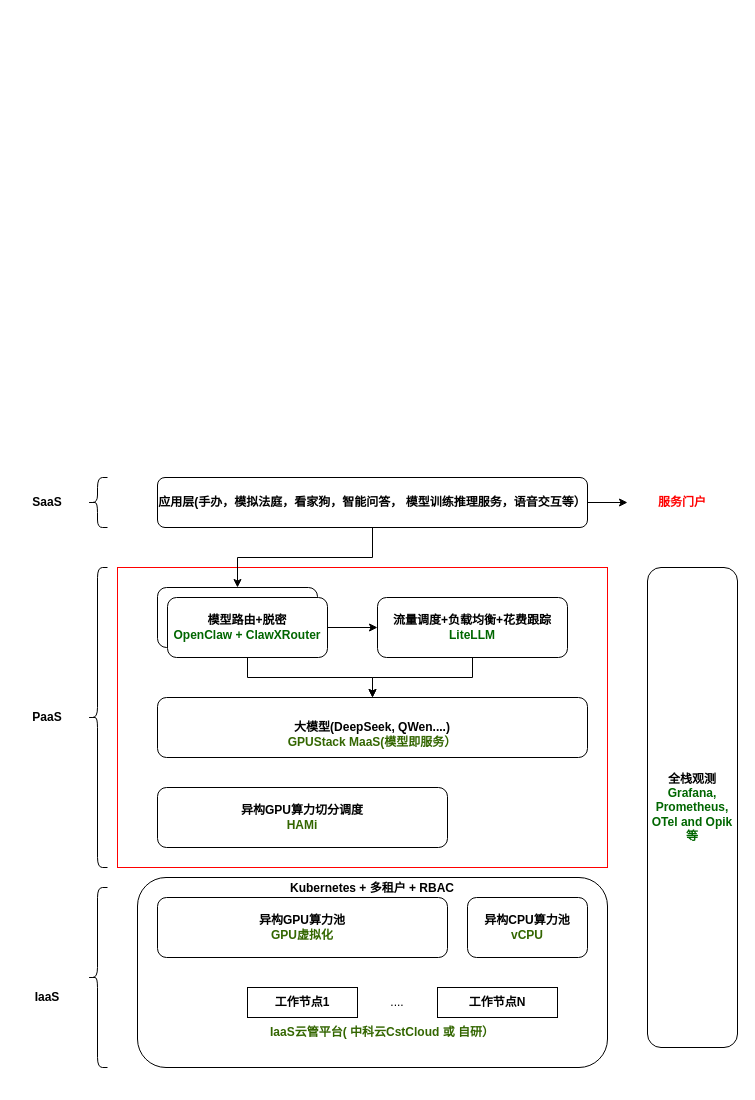
Before: starbrain.drawio in wlijian-max/digrams, a draw.io diagram. Source tidied: cells renumbered, new cells numbered last; positions are measured from the earlier drawing's top-left corner, leaving out a move shared by most shapes. Both pictures are drawn from the tidied source at 100%, with x=0, y=0 at pixel (17, 477).
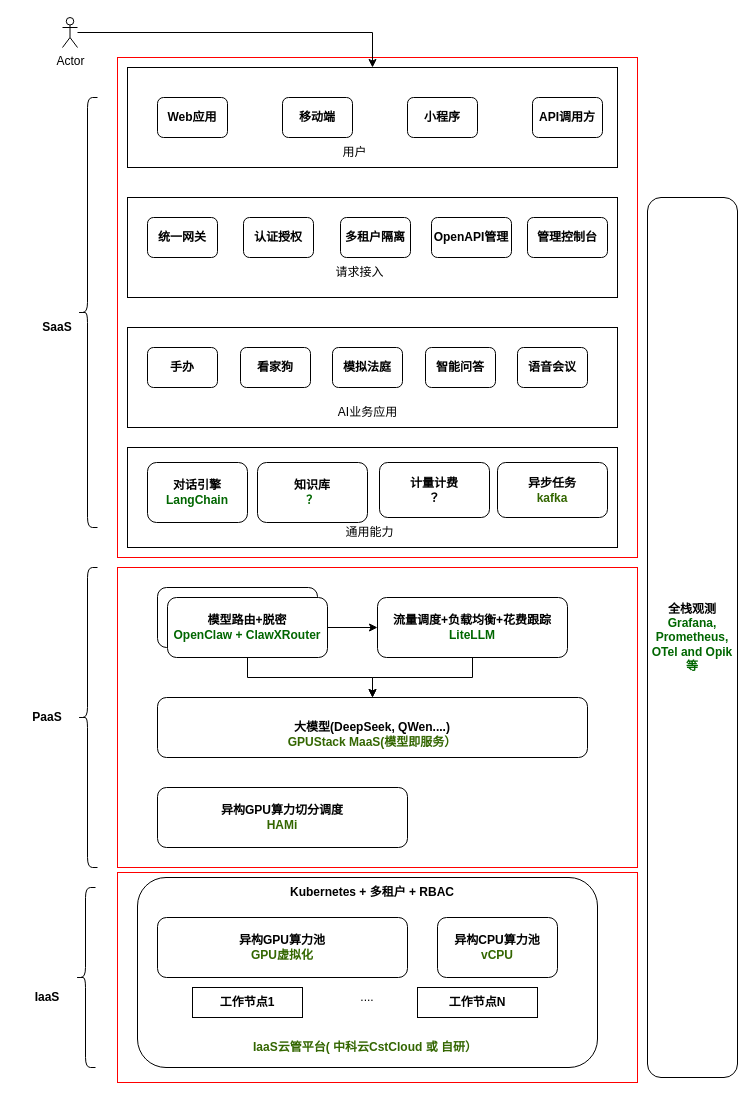
The same page after the edit.

Commit message:
enhanced saas

The change refers to these unchanged cells:
```xml
<mxCell id="10" value="OpenClaw + ClawXRouter" style="rounded=1;whiteSpace=wrap;html=1;" parent="1" vertex="1">
  <mxGeometry x="140" y="110" width="160" height="60" as="geometry" />
</mxCell>
```

Change to the diagram source:
```diff
@@
+    <mxCell id="30" style="rounded=0;whiteSpace=wrap;html=1;strokeColor=#FF0000;" parent="1" vertex="1">
+      <mxGeometry x="100" y="-420" width="520" height="500" as="geometry" />
+    </mxCell>
+    <mxCell id="31" style="rounded=0;whiteSpace=wrap;html=1;strokeColor=#FF0000;" parent="1" vertex="1">
+      <mxGeometry x="100" y="395" width="520" height="210" as="geometry" />
+    </mxCell>
+    <mxCell id="32" style="rounded=0;whiteSpace=wrap;html=1;" parent="1" vertex="1">
+      <mxGeometry x="110" y="-30" width="490" height="100" as="geometry" />
+    </mxCell>
     <mxCell id="2" style="rounded=0;whiteSpace=wrap;html=1;strokeColor=#FF0000;" parent="1" vertex="1">
-      <mxGeometry x="100" y="90" width="490" height="300" as="geometry" />
+      <mxGeometry x="100" y="90" width="520" height="300" as="geometry" />
     </mxCell>
     <mxCell id="3" style="rounded=1;whiteSpace=wrap;html=1;" parent="1" vertex="1">
-      <mxGeometry x="120" y="400" width="470" height="190" as="geometry" />
+      <mxGeometry x="120" y="400" width="460" height="190" as="geometry" />
     </mxCell>
     <mxCell id="4" value="&lt;b&gt;异构GPU算力池&lt;/b&gt;&lt;div&gt;&lt;b&gt;&lt;font style=&quot;color: rgb(51, 102, 0);&quot;&gt;GPU虚拟化&lt;/font&gt;&lt;/b&gt;&lt;/div&gt;" style="rounded=1;whiteSpace=wrap;html=1;" parent="1" vertex="1">
-      <mxGeometry x="140" y="420" width="290" height="60" as="geometry" />
+      <mxGeometry x="140" y="440" width="250" height="60" as="geometry" />
     </mxCell>
     <mxCell id="5" value="&lt;b&gt;异构GPU算力切分调度&lt;/b&gt;&lt;div&gt;&lt;b&gt;&lt;font style=&quot;color: rgb(51, 102, 0);&quot;&gt;HAMi&lt;/font&gt;&lt;/b&gt;&lt;/div&gt;" style="rounded=1;whiteSpace=wrap;html=1;" parent="1" vertex="1">
-      <mxGeometry x="140" y="310" width="290" height="60" as="geometry" />
+      <mxGeometry x="140" y="310" width="250" height="60" as="geometry" />
     </mxCell>
@@
     <mxCell id="7" value="&lt;b&gt;工作节点1&lt;/b&gt;" style="rounded=0;whiteSpace=wrap;html=1;" parent="1" vertex="1">
-      <mxGeometry x="230" y="510" width="110" height="30" as="geometry" />
+      <mxGeometry x="175" y="510" width="110" height="30" as="geometry" />
     </mxCell>
     <mxCell id="8" value="&lt;b&gt;工作节点N&lt;/b&gt;" style="rounded=0;whiteSpace=wrap;html=1;" parent="1" vertex="1">
-      <mxGeometry x="420" y="510" width="120" height="30" as="geometry" />
+      <mxGeometry x="400" y="510" width="120" height="30" as="geometry" />
     </mxCell>
     <mxCell id="9" value="&lt;b&gt;全栈观测&lt;/b&gt;&lt;font style=&quot;color: rgb(0, 102, 0);&quot;&gt;&lt;b&gt;Grafana, Prometheus, OTel and Opik等&lt;/b&gt;&lt;/font&gt;" style="rounded=1;whiteSpace=wrap;html=1;" parent="1" vertex="1">
-      <mxGeometry x="630" y="90" width="90" height="480" as="geometry" />
+      <mxGeometry x="630" y="-280" width="90" height="880" as="geometry" />
     </mxCell>
@@
-    <mxCell id="11" style="edgeStyle=orthogonalEdgeStyle;rounded=0;jettySize=auto;html=1;entryX=0.5;entryY=0;entryDx=0;entryDy=0;" parent="1" edge="1" source="13" target="10">
-      <mxGeometry relative="1" as="geometry">
-        <Array as="points">
-          <mxPoint x="355" y="80" />
-          <mxPoint x="220" y="80" />
-        </Array>
-      </mxGeometry>
-    </mxCell>
-    <mxCell id="12" style="edgeStyle=orthogonalEdgeStyle;rounded=0;jettySize=auto;html=1;" parent="1" edge="1" source="13" target="26">
-      <mxGeometry relative="1" as="geometry" />
-    </mxCell>
-    <mxCell id="13" value="&lt;b&gt;应用层(手办，模拟法庭，看家狗，智能问答， 模型训练推理服务，语音交互等）&lt;/b&gt;" style="rounded=1;whiteSpace=wrap;html=1;" parent="1" vertex="1">
-      <mxGeometry x="140" width="430" height="50" as="geometry" />
-    </mxCell>
     <mxCell id="14" value="&lt;font style=&quot;color: rgb(51, 102, 0);&quot;&gt;&lt;b&gt;IaaS云管平台( 中科云CstCloud 或 自研）&lt;/b&gt;&lt;/font&gt;" style="text;html=1;whiteSpace=wrap;strokeColor=none;fillColor=none;align=center;verticalAlign=middle;rounded=0;" parent="1" vertex="1">
-      <mxGeometry x="250" y="540" width="230" height="30" as="geometry" />
+      <mxGeometry x="232.5" y="555" width="230" height="30" as="geometry" />
     </mxCell>
     <mxCell id="15" style="shape=curlyBracket;whiteSpace=wrap;html=1;rounded=1;labelPosition=left;verticalLabelPosition=middle;align=right;verticalAlign=middle;" parent="1" vertex="1">
-      <mxGeometry x="70" y="410" width="20" height="180" as="geometry" />
+      <mxGeometry x="58" y="410" width="20" height="180" as="geometry" />
     </mxCell>
@@
     <mxCell id="18" style="shape=curlyBracket;whiteSpace=wrap;html=1;rounded=1;labelPosition=left;verticalLabelPosition=middle;align=right;verticalAlign=middle;" parent="1" vertex="1">
-      <mxGeometry x="70" y="90" width="20" height="300" as="geometry" />
+      <mxGeometry x="60" y="90" width="20" height="300" as="geometry" />
     </mxCell>
     <mxCell id="19" value="&lt;b&gt;SaaS&lt;/b&gt;" style="text;html=1;whiteSpace=wrap;strokeColor=none;fillColor=none;align=center;verticalAlign=middle;rounded=0;" parent="1" vertex="1">
-      <mxGeometry width="60" height="50" as="geometry" />
+      <mxGeometry x="10" y="-175" width="60" height="50" as="geometry" />
     </mxCell>
     <mxCell id="20" style="shape=curlyBracket;whiteSpace=wrap;html=1;rounded=1;labelPosition=left;verticalLabelPosition=middle;align=right;verticalAlign=middle;" parent="1" vertex="1">
-      <mxGeometry x="70" width="20" height="50" as="geometry" />
+      <mxGeometry x="60" y="-380" width="20" height="430" as="geometry" />
     </mxCell>
     <mxCell id="21" value="&lt;b&gt;Kubernetes + 多租户 + RBAC&lt;/b&gt;" style="text;html=1;whiteSpace=wrap;strokeColor=none;fillColor=none;align=center;verticalAlign=middle;rounded=0;" parent="1" vertex="1">
-      <mxGeometry x="240" y="396" width="230" height="30" as="geometry" />
+      <mxGeometry x="240" y="400" width="230" height="30" as="geometry" />
     </mxCell>
@@
     <mxCell id="25" value="...." style="text;html=1;whiteSpace=wrap;strokeColor=none;fillColor=none;align=center;verticalAlign=middle;rounded=0;" parent="1" vertex="1">
-      <mxGeometry x="350" y="510" width="60" height="30" as="geometry" />
+      <mxGeometry x="320" y="505" width="60" height="30" as="geometry" />
     </mxCell>
-    <mxCell id="26" value="&lt;b&gt;&lt;font style=&quot;color: rgb(255, 0, 0);&quot;&gt;服务门户&lt;/font&gt;&lt;/b&gt;" style="text;html=1;whiteSpace=wrap;strokeColor=none;fillColor=none;align=center;verticalAlign=middle;rounded=0;" parent="1" vertex="1">
-      <mxGeometry x="610" y="10" width="110" height="30" as="geometry" />
-    </mxCell>
@@
     <mxCell id="29" value="&lt;b&gt;异构CPU算力池&lt;/b&gt;&lt;div&gt;&lt;b&gt;&lt;font style=&quot;color: rgb(51, 102, 0);&quot;&gt;vCPU&lt;/font&gt;&lt;/b&gt;&lt;/div&gt;" style="rounded=1;whiteSpace=wrap;html=1;" parent="1" vertex="1">
-      <mxGeometry x="450" y="420" width="120" height="60" as="geometry" />
+      <mxGeometry x="420" y="440" width="120" height="60" as="geometry" />
     </mxCell>
+    <mxCell id="33" value="&lt;b&gt;对话引擎&lt;br&gt;&lt;font style=&quot;color: rgb(0, 102, 0);&quot;&gt;LangChain&lt;/font&gt;&lt;/b&gt;" style="rounded=1;whiteSpace=wrap;html=1;" parent="1" vertex="1">
+      <mxGeometry x="130" y="-15" width="100" height="60" as="geometry" />
+    </mxCell>
+    <mxCell id="34" value="&lt;b&gt;知识库&lt;br&gt;&lt;font color=&quot;#006600&quot;&gt;？&lt;/font&gt;&lt;/b&gt;" style="rounded=1;whiteSpace=wrap;html=1;" parent="1" vertex="1">
+      <mxGeometry x="240" y="-15" width="110" height="60" as="geometry" />
+    </mxCell>
+    <mxCell id="35" value="&lt;b&gt;计量计费&lt;/b&gt;&lt;div&gt;&lt;b&gt;？&lt;/b&gt;&lt;/div&gt;" style="rounded=1;whiteSpace=wrap;html=1;" parent="1" vertex="1">
+      <mxGeometry x="362" y="-15" width="110" height="55" as="geometry" />
+    </mxCell>
+    <mxCell id="36" value="&lt;b&gt;异步任务&lt;/b&gt;&lt;div&gt;&lt;b&gt;&lt;font style=&quot;color: rgb(51, 102, 0);&quot;&gt;kafka&lt;/font&gt;&lt;/b&gt;&lt;/div&gt;" style="rounded=1;whiteSpace=wrap;html=1;" parent="1" vertex="1">
+      <mxGeometry x="480" y="-15" width="110" height="55" as="geometry" />
+    </mxCell>
+    <mxCell id="37" style="rounded=0;whiteSpace=wrap;html=1;" parent="1" vertex="1">
+      <mxGeometry x="110" y="-150" width="490" height="100" as="geometry" />
+    </mxCell>
+    <mxCell id="38" value="&lt;b&gt;手办&lt;/b&gt;" style="rounded=1;whiteSpace=wrap;html=1;" parent="1" vertex="1">
+      <mxGeometry x="130" y="-130" width="70" height="40" as="geometry" />
+    </mxCell>
+    <mxCell id="39" value="&lt;b&gt;看家狗&lt;/b&gt;" style="rounded=1;whiteSpace=wrap;html=1;" parent="1" vertex="1">
+      <mxGeometry x="223" y="-130" width="70" height="40" as="geometry" />
+    </mxCell>
+    <mxCell id="40" value="&lt;b&gt;模拟法庭&lt;/b&gt;" style="rounded=1;whiteSpace=wrap;html=1;" parent="1" vertex="1">
+      <mxGeometry x="315" y="-130" width="70" height="40" as="geometry" />
+    </mxCell>
+    <mxCell id="41" value="&lt;b&gt;智能问答&lt;/b&gt;" style="rounded=1;whiteSpace=wrap;html=1;" parent="1" vertex="1">
+      <mxGeometry x="408" y="-130" width="70" height="40" as="geometry" />
+    </mxCell>
+    <mxCell id="42" value="&lt;b&gt;语音会议&lt;/b&gt;" style="rounded=1;whiteSpace=wrap;html=1;" parent="1" vertex="1">
+      <mxGeometry x="500" y="-130" width="70" height="40" as="geometry" />
+    </mxCell>
+    <mxCell id="43" style="rounded=0;whiteSpace=wrap;html=1;" parent="1" vertex="1">
+      <mxGeometry x="110" y="-280" width="490" height="100" as="geometry" />
+    </mxCell>
+    <mxCell id="44" value="&lt;b&gt;认证授权&lt;/b&gt;" style="rounded=1;whiteSpace=wrap;html=1;" parent="1" vertex="1">
+      <mxGeometry x="226" y="-260" width="70" height="40" as="geometry" />
+    </mxCell>
+    <mxCell id="45" value="&lt;b&gt;多租户隔离&lt;/b&gt;" style="rounded=1;whiteSpace=wrap;html=1;" parent="1" vertex="1">
+      <mxGeometry x="323" y="-260" width="70" height="40" as="geometry" />
+    </mxCell>
+    <mxCell id="46" value="&lt;b&gt;OpenAPI管理&lt;/b&gt;" style="rounded=1;whiteSpace=wrap;html=1;" parent="1" vertex="1">
+      <mxGeometry x="414" y="-260" width="80" height="40" as="geometry" />
+    </mxCell>
+    <mxCell id="47" value="&lt;b&gt;管理控制台&lt;/b&gt;" style="rounded=1;whiteSpace=wrap;html=1;" parent="1" vertex="1">
+      <mxGeometry x="510" y="-260" width="80" height="40" as="geometry" />
+    </mxCell>
+    <mxCell id="48" style="rounded=0;whiteSpace=wrap;html=1;" parent="1" vertex="1">
+      <mxGeometry x="110" y="-410" width="490" height="100" as="geometry" />
+    </mxCell>
+    <mxCell id="49" value="&lt;b&gt;统一网关&lt;/b&gt;" style="rounded=1;whiteSpace=wrap;html=1;" parent="1" vertex="1">
+      <mxGeometry x="130" y="-260" width="70" height="40" as="geometry" />
+    </mxCell>
+    <mxCell id="50" value="Actor" style="shape=umlActor;verticalLabelPosition=bottom;verticalAlign=top;html=1;" parent="1" vertex="1">
+      <mxGeometry x="45" y="-460" width="15" height="30" as="geometry" />
+    </mxCell>
+    <mxCell id="51" value="&lt;b&gt;Web应用&lt;/b&gt;" style="rounded=1;whiteSpace=wrap;html=1;" parent="1" vertex="1">
+      <mxGeometry x="140" y="-380" width="70" height="40" as="geometry" />
+    </mxCell>
+    <mxCell id="52" value="&lt;b&gt;移动端&lt;/b&gt;" style="rounded=1;whiteSpace=wrap;html=1;" parent="1" vertex="1">
+      <mxGeometry x="265" y="-380" width="70" height="40" as="geometry" />
+    </mxCell>
+    <mxCell id="53" value="&lt;b&gt;小程序&lt;/b&gt;" style="rounded=1;whiteSpace=wrap;html=1;" parent="1" vertex="1">
+      <mxGeometry x="390" y="-380" width="70" height="40" as="geometry" />
+    </mxCell>
+    <mxCell id="54" style="edgeStyle=orthogonalEdgeStyle;rounded=0;jettySize=auto;html=1;" parent="1" edge="1" source="50" target="48">
+      <mxGeometry relative="1" as="geometry" />
+    </mxCell>
+    <mxCell id="55" value="&lt;b&gt;API调用方&lt;/b&gt;" style="rounded=1;whiteSpace=wrap;html=1;" parent="1" vertex="1">
+      <mxGeometry x="515" y="-380" width="70" height="40" as="geometry" />
+    </mxCell>
+    <mxCell id="56" value="AI业务应用" style="text;html=1;whiteSpace=wrap;strokeColor=none;fillColor=none;align=center;verticalAlign=middle;rounded=0;" parent="1" vertex="1">
+      <mxGeometry x="307.5" y="-80" width="85" height="30" as="geometry" />
+    </mxCell>
+    <mxCell id="57" value="通用能力" style="text;html=1;whiteSpace=wrap;strokeColor=none;fillColor=none;align=center;verticalAlign=middle;rounded=0;" parent="1" vertex="1">
+      <mxGeometry x="310" y="40" width="85" height="30" as="geometry" />
+    </mxCell>
+    <mxCell id="58" value="请求接入" style="text;html=1;whiteSpace=wrap;strokeColor=none;fillColor=none;align=center;verticalAlign=middle;rounded=0;" parent="1" vertex="1">
+      <mxGeometry x="300" y="-220" width="85" height="30" as="geometry" />
+    </mxCell>
+    <mxCell id="59" value="用户" style="text;html=1;whiteSpace=wrap;strokeColor=none;fillColor=none;align=center;verticalAlign=middle;rounded=0;" parent="1" vertex="1">
+      <mxGeometry x="295" y="-340" width="85" height="30" as="geometry" />
+    </mxCell>
```
